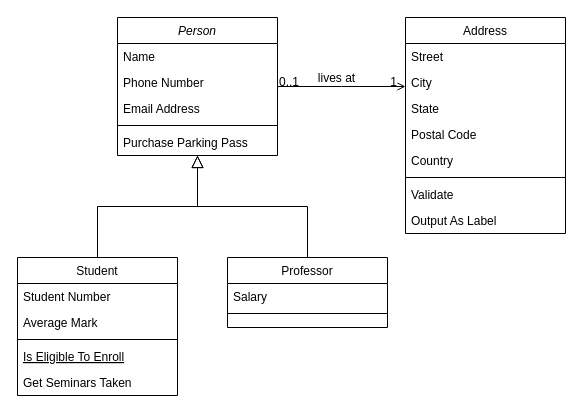
Before: musicers/app/Untitled Diagram.drawio in mryshk/my_app_1, a draw.io diagram. Source tidied: cells renumbered, new cells numbered last; positions are measured from the earlier drawing's top-left corner, leaving out a move shared by most shapes. Both pictures are drawn from the tidied source at 100%, with x=0, y=0 at pixel (17, 17).
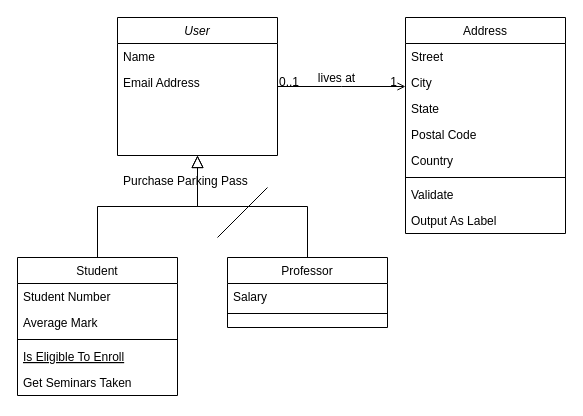
The same page after the edit.

Diff of the diagram source:
```diff
@@
-    <mxCell id="2" value="Person" style="swimlane;fontStyle=2;align=center;verticalAlign=top;horizontal=1;startSize=26;rounded=0;shadow=0;strokeWidth=1;" parent="1" vertex="1">
+    <mxCell id="2" value="User" style="swimlane;fontStyle=2;align=center;verticalAlign=top;horizontal=1;startSize=26;rounded=0;shadow=0;strokeWidth=1;" parent="1" vertex="1">
       <mxGeometry x="100" width="160" height="138" as="geometry" />
     </mxCell>
@@
-    <mxCell id="4" value="Phone Number" style="text;align=left;verticalAlign=top;spacingLeft=4;spacingRight=4;overflow=hidden;rounded=0;shadow=0;html=0;" parent="2" vertex="1">
-      <mxGeometry y="52" width="160" height="26" as="geometry" />
-    </mxCell>
     <mxCell id="5" value="Email Address" style="text;align=left;verticalAlign=top;spacingLeft=4;spacingRight=4;overflow=hidden;rounded=0;shadow=0;html=0;" parent="2" vertex="1">
-      <mxGeometry y="78" width="160" height="26" as="geometry" />
+      <mxGeometry y="52" width="160" height="26" as="geometry" />
     </mxCell>
-    <mxCell id="6" style="line;html=1;strokeWidth=1;align=left;verticalAlign=middle;spacingTop=-1;spacingLeft=3;spacingRight=3;labelPosition=right;" parent="2" vertex="1">
-      <mxGeometry y="104" width="160" height="8" as="geometry" />
-    </mxCell>
-    <mxCell id="7" value="Purchase Parking Pass" style="text;align=left;verticalAlign=top;spacingLeft=4;spacingRight=4;overflow=hidden;" parent="2" vertex="1">
-      <mxGeometry y="112" width="160" height="26" as="geometry" />
-    </mxCell>
@@
+    <mxCell id="32" style="endArrow=none;html=1;" parent="1" edge="1">
+      <mxGeometry relative="1" as="geometry">
+        <mxPoint x="200" y="220" as="sourcePoint" />
+        <mxPoint x="250" y="170" as="targetPoint" />
+      </mxGeometry>
+    </mxCell>
+    <mxCell id="7" value="Purchase Parking Pass" style="text;align=left;verticalAlign=top;spacingLeft=4;spacingRight=4;overflow=hidden;" parent="1" vertex="1">
+      <mxGeometry x="100" y="150" width="160" height="26" as="geometry" />
+    </mxCell>
```
